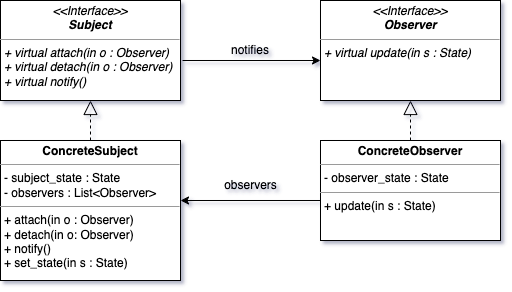
Above: img/observer.png in cmbrandt/cxx-fundamentals (draw.io), before the change. Source tidied: cells renumbered, new cells last; positions are measured from the earlier drawing's top-left corner, leaving out a move shared by most shapes.
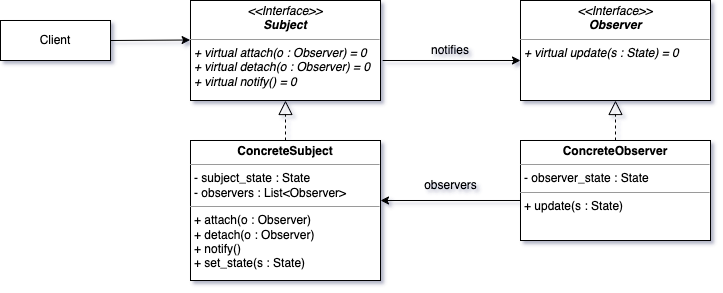
The same file after the commit.

The edit, as a diff of the source:
```diff
@@ -2,17 +2,17 @@
   <root>
     <mxCell id="0" />
     <mxCell id="1" parent="0" />
-    <mxCell id="2" value="&lt;p style=&quot;margin:0px;margin-top:4px;text-align:center;&quot;&gt;&lt;i&gt;&amp;lt;&amp;lt;Interface&amp;gt;&amp;gt;&lt;/i&gt;&lt;br&gt;&lt;b&gt;&lt;i&gt;Observer&lt;/i&gt;&lt;/b&gt;&lt;/p&gt;&lt;hr size=&quot;1&quot;&gt;&lt;p style=&quot;margin:0px;margin-left:4px;&quot;&gt;&lt;/p&gt;&lt;p style=&quot;margin:0px;margin-left:4px;&quot;&gt;&lt;i&gt;+ virtual update(in s : State)&lt;/i&gt;&lt;br&gt;&lt;/p&gt;" style="verticalAlign=top;align=left;overflow=fill;fontSize=12;fontFamily=Helvetica;html=1;whiteSpace=wrap;" parent="1" vertex="1">
-      <mxGeometry x="320" width="180" height="100" as="geometry" />
+    <mxCell id="2" value="&lt;p style=&quot;margin:0px;margin-top:4px;text-align:center;&quot;&gt;&lt;i&gt;&amp;lt;&amp;lt;Interface&amp;gt;&amp;gt;&lt;/i&gt;&lt;br&gt;&lt;b&gt;&lt;i&gt;Observer&lt;/i&gt;&lt;/b&gt;&lt;/p&gt;&lt;hr size=&quot;1&quot;&gt;&lt;p style=&quot;margin:0px;margin-left:4px;&quot;&gt;&lt;/p&gt;&lt;p style=&quot;margin:0px;margin-left:4px;&quot;&gt;&lt;i&gt;+ virtual update(s : State) = 0&lt;/i&gt;&lt;br&gt;&lt;/p&gt;" style="verticalAlign=top;align=left;overflow=fill;fontSize=12;fontFamily=Helvetica;html=1;whiteSpace=wrap;" parent="1" vertex="1">
+      <mxGeometry x="320" width="190" height="100" as="geometry" />
     </mxCell>
-    <mxCell id="3" value="&lt;p style=&quot;margin:0px;margin-top:4px;text-align:center;&quot;&gt;&lt;i&gt;&amp;lt;&amp;lt;Interface&amp;gt;&amp;gt;&lt;/i&gt;&lt;br&gt;&lt;b&gt;&lt;i&gt;Subject&lt;/i&gt;&lt;/b&gt;&lt;/p&gt;&lt;hr size=&quot;1&quot;&gt;&lt;p style=&quot;margin:0px;margin-left:4px;&quot;&gt;&lt;/p&gt;&lt;p style=&quot;margin:0px;margin-left:4px;&quot;&gt;&lt;i&gt;+ virtual attach(in o : Observer)&lt;br&gt;+ virtual detach(in o : Observer)&lt;/i&gt;&lt;/p&gt;&lt;p style=&quot;margin:0px;margin-left:4px;&quot;&gt;&lt;i&gt;+ virtual notify()&lt;/i&gt;&lt;/p&gt;" style="verticalAlign=top;align=left;overflow=fill;fontSize=12;fontFamily=Helvetica;html=1;whiteSpace=wrap;" parent="1" vertex="1">
-      <mxGeometry width="180" height="100" as="geometry" />
+    <mxCell id="3" value="&lt;p style=&quot;margin:0px;margin-top:4px;text-align:center;&quot;&gt;&lt;i&gt;&amp;lt;&amp;lt;Interface&amp;gt;&amp;gt;&lt;/i&gt;&lt;br&gt;&lt;b&gt;&lt;i&gt;Subject&lt;/i&gt;&lt;/b&gt;&lt;/p&gt;&lt;hr size=&quot;1&quot;&gt;&lt;p style=&quot;margin:0px;margin-left:4px;&quot;&gt;&lt;/p&gt;&lt;p style=&quot;margin:0px;margin-left:4px;&quot;&gt;&lt;i&gt;+ virtual attach(o : Observer) = 0&lt;br&gt;+ virtual detach(o : Observer) = 0&lt;/i&gt;&lt;/p&gt;&lt;p style=&quot;margin:0px;margin-left:4px;&quot;&gt;&lt;i&gt;+ virtual notify() = 0&lt;/i&gt;&lt;/p&gt;" style="verticalAlign=top;align=left;overflow=fill;fontSize=12;fontFamily=Helvetica;html=1;whiteSpace=wrap;" parent="1" vertex="1">
+      <mxGeometry x="-10" width="190" height="100" as="geometry" />
     </mxCell>
-    <mxCell id="4" value="&lt;p style=&quot;margin:0px;margin-top:4px;text-align:center;&quot;&gt;&lt;b&gt;ConcreteSubject&lt;/b&gt;&lt;/p&gt;&lt;hr size=&quot;1&quot;&gt;&lt;p style=&quot;margin:0px;margin-left:4px;&quot;&gt;- subject_state : State&lt;/p&gt;&lt;p style=&quot;margin:0px;margin-left:4px;&quot;&gt;- observers : List&amp;lt;Observer&amp;gt;&lt;/p&gt;&lt;hr size=&quot;1&quot;&gt;&lt;p style=&quot;margin:0px;margin-left:4px;&quot;&gt;+ attach(in o : Observer)&lt;/p&gt;&lt;p style=&quot;margin:0px;margin-left:4px;&quot;&gt;+ detach(in o: Observer)&lt;/p&gt;&lt;p style=&quot;margin:0px;margin-left:4px;&quot;&gt;+ notify()&lt;/p&gt;&lt;p style=&quot;margin:0px;margin-left:4px;&quot;&gt;+ set_state(in s : State)&lt;/p&gt;" style="verticalAlign=top;align=left;overflow=fill;fontSize=12;fontFamily=Helvetica;html=1;whiteSpace=wrap;" parent="1" vertex="1">
-      <mxGeometry y="140" width="180" height="140" as="geometry" />
+    <mxCell id="4" value="&lt;p style=&quot;margin:0px;margin-top:4px;text-align:center;&quot;&gt;&lt;b&gt;ConcreteSubject&lt;/b&gt;&lt;/p&gt;&lt;hr size=&quot;1&quot;&gt;&lt;p style=&quot;margin:0px;margin-left:4px;&quot;&gt;- subject_state : State&lt;/p&gt;&lt;p style=&quot;margin:0px;margin-left:4px;&quot;&gt;- observers : List&amp;lt;Observer&amp;gt;&lt;/p&gt;&lt;hr size=&quot;1&quot;&gt;&lt;p style=&quot;margin:0px;margin-left:4px;&quot;&gt;+ attach(o : Observer)&lt;/p&gt;&lt;p style=&quot;margin:0px;margin-left:4px;&quot;&gt;+ detach(o : Observer)&lt;/p&gt;&lt;p style=&quot;margin:0px;margin-left:4px;&quot;&gt;+ notify()&lt;/p&gt;&lt;p style=&quot;margin:0px;margin-left:4px;&quot;&gt;+ set_state(s : State)&lt;/p&gt;" style="verticalAlign=top;align=left;overflow=fill;fontSize=12;fontFamily=Helvetica;html=1;whiteSpace=wrap;" parent="1" vertex="1">
+      <mxGeometry x="-10" y="140" width="190" height="140" as="geometry" />
     </mxCell>
-    <mxCell id="5" value="&lt;p style=&quot;margin:0px;margin-top:4px;text-align:center;&quot;&gt;&lt;b&gt;ConcreteObserver&lt;/b&gt;&lt;/p&gt;&lt;hr size=&quot;1&quot;&gt;&lt;p style=&quot;margin:0px;margin-left:4px;&quot;&gt;- observer_state : State&lt;/p&gt;&lt;hr size=&quot;1&quot;&gt;&lt;p style=&quot;margin:0px;margin-left:4px;&quot;&gt;+ update(in s : State)&lt;/p&gt;" style="verticalAlign=top;align=left;overflow=fill;fontSize=12;fontFamily=Helvetica;html=1;whiteSpace=wrap;" parent="1" vertex="1">
-      <mxGeometry x="320" y="140" width="180" height="100" as="geometry" />
+    <mxCell id="5" value="&lt;p style=&quot;margin:0px;margin-top:4px;text-align:center;&quot;&gt;&lt;b&gt;ConcreteObserver&lt;/b&gt;&lt;/p&gt;&lt;hr size=&quot;1&quot;&gt;&lt;p style=&quot;margin:0px;margin-left:4px;&quot;&gt;- observer_state : State&lt;/p&gt;&lt;hr size=&quot;1&quot;&gt;&lt;p style=&quot;margin:0px;margin-left:4px;&quot;&gt;+ update(s : State)&lt;/p&gt;" style="verticalAlign=top;align=left;overflow=fill;fontSize=12;fontFamily=Helvetica;html=1;whiteSpace=wrap;" parent="1" vertex="1">
+      <mxGeometry x="320" y="140" width="190" height="100" as="geometry" />
     </mxCell>
     <mxCell id="6" style="edgeStyle=orthogonalEdgeStyle;rounded=0;orthogonalLoop=1;jettySize=auto;html=1;exitX=0.5;exitY=1;exitDx=0;exitDy=0;" parent="1" edge="1" source="5" target="5">
       <mxGeometry relative="1" as="geometry" />
@@ -39,5 +39,11 @@
     <mxCell id="12" value="observers" style="text;html=1;align=center;verticalAlign=middle;strokeColor=none;fillColor=none;" parent="1" vertex="1">
       <mxGeometry x="210" y="170" width="80" height="30" as="geometry" />
     </mxCell>
+    <mxCell id="13" value="Client" style="html=1;whiteSpace=wrap;" parent="1" vertex="1">
+      <mxGeometry x="-200" y="20" width="110" height="40" as="geometry" />
+    </mxCell>
+    <mxCell id="14" style="endArrow=classic;html=1;rounded=0;exitX=1;exitY=0.5;exitDx=0;exitDy=0;entryX=-0.002;entryY=0.395;entryDx=0;entryDy=0;entryPerimeter=0;" parent="1" edge="1" source="13" target="3">
+      <mxGeometry relative="1" as="geometry" />
+    </mxCell>
   </root>
 </mxGraphModel>
```
